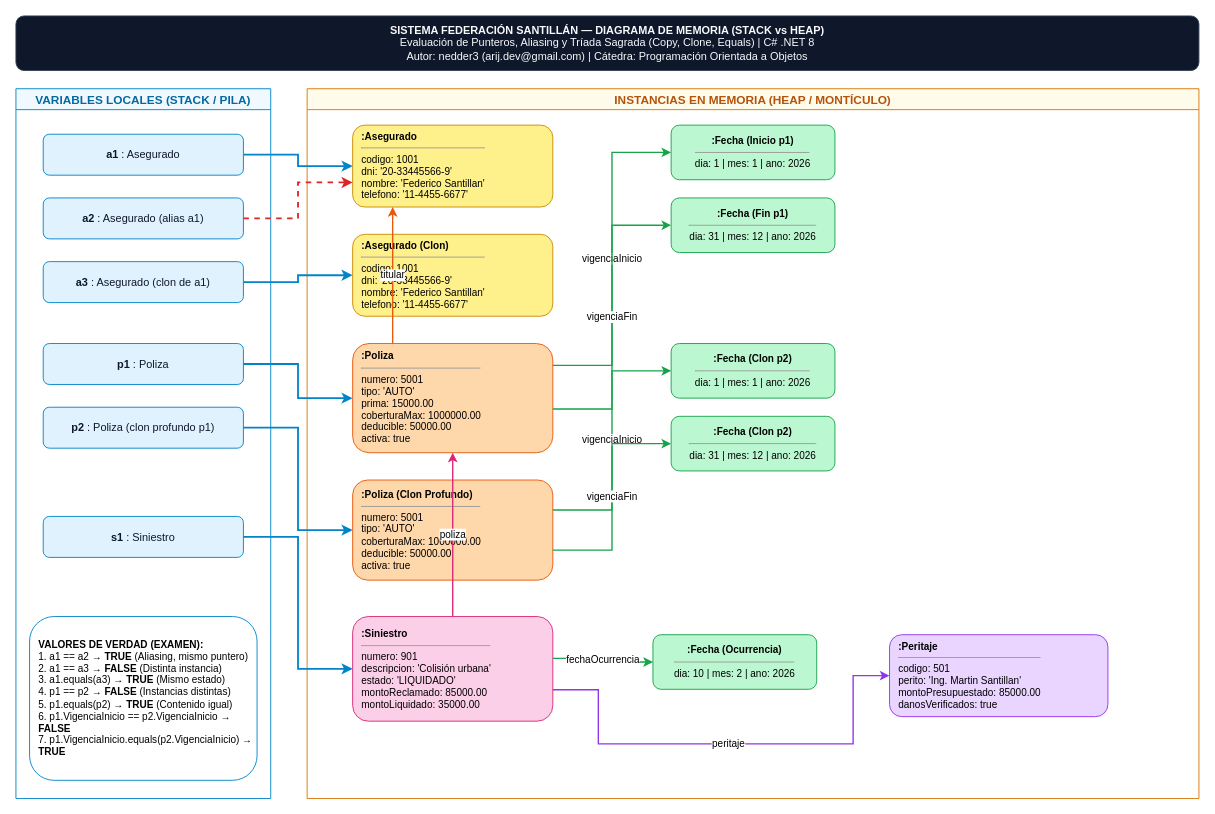
Above: page "2. Memoria Stack vs Heap" (2 of 4) of diagramas/sistema_federacion_santillan_completo.drawio in nedder3/santillan-seguros (draw.io), before the change. Source tidied: cells renumbered, new cells numbered last; positions are measured from the earlier drawing's top-left corner, leaving out a move shared by most shapes. Both pictures are drawn from the tidied source at 91%, with x=0, y=0 at pixel (15, 15).
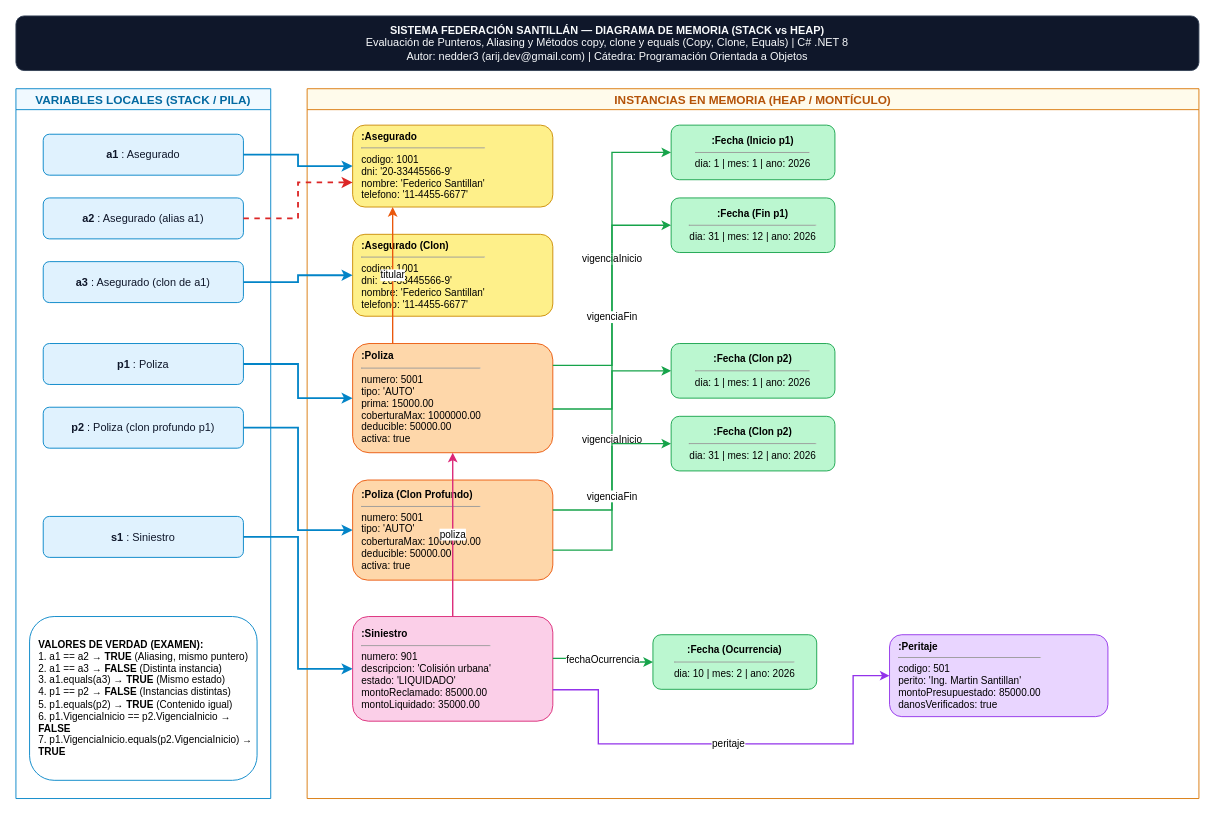
Above is the later version.

Change to the diagram source:
```diff
@@
-    <mxCell id="2" value="&lt;b&gt;SISTEMA FEDERACIÓN SANTILLÁN — DIAGRAMA DE MEMORIA (STACK vs HEAP)&lt;/b&gt;&lt;br&gt;Evaluación de Punteros, Aliasing y Tríada Sagrada (Copy, Clone, Equals) | C# .NET 8&lt;br&gt;Autor: nedder3 (arij.dev@gmail.com) | Cátedra: Programación Orientada a Objetos" style="rounded=1;whiteSpace=wrap;html=1;fillColor=#0f172a;strokeColor=#334155;fontColor=#f8fafc;fontSize=12;align=center;" parent="1" vertex="1">
+    <mxCell id="2" value="&lt;b&gt;SISTEMA FEDERACIÓN SANTILLÁN — DIAGRAMA DE MEMORIA (STACK vs HEAP)&lt;/b&gt;&lt;br&gt;Evaluación de Punteros, Aliasing y Métodos copy, clone y equals (Copy, Clone, Equals) | C# .NET 8&lt;br&gt;Autor: nedder3 (arij.dev@gmail.com) | Cátedra: Programación Orientada a Objetos" style="rounded=1;whiteSpace=wrap;html=1;fillColor=#0f172a;strokeColor=#334155;fontColor=#f8fafc;fontSize=12;align=center;" parent="1" vertex="1">
       <mxGeometry width="1300" height="60" as="geometry" />
     </mxCell>
```
